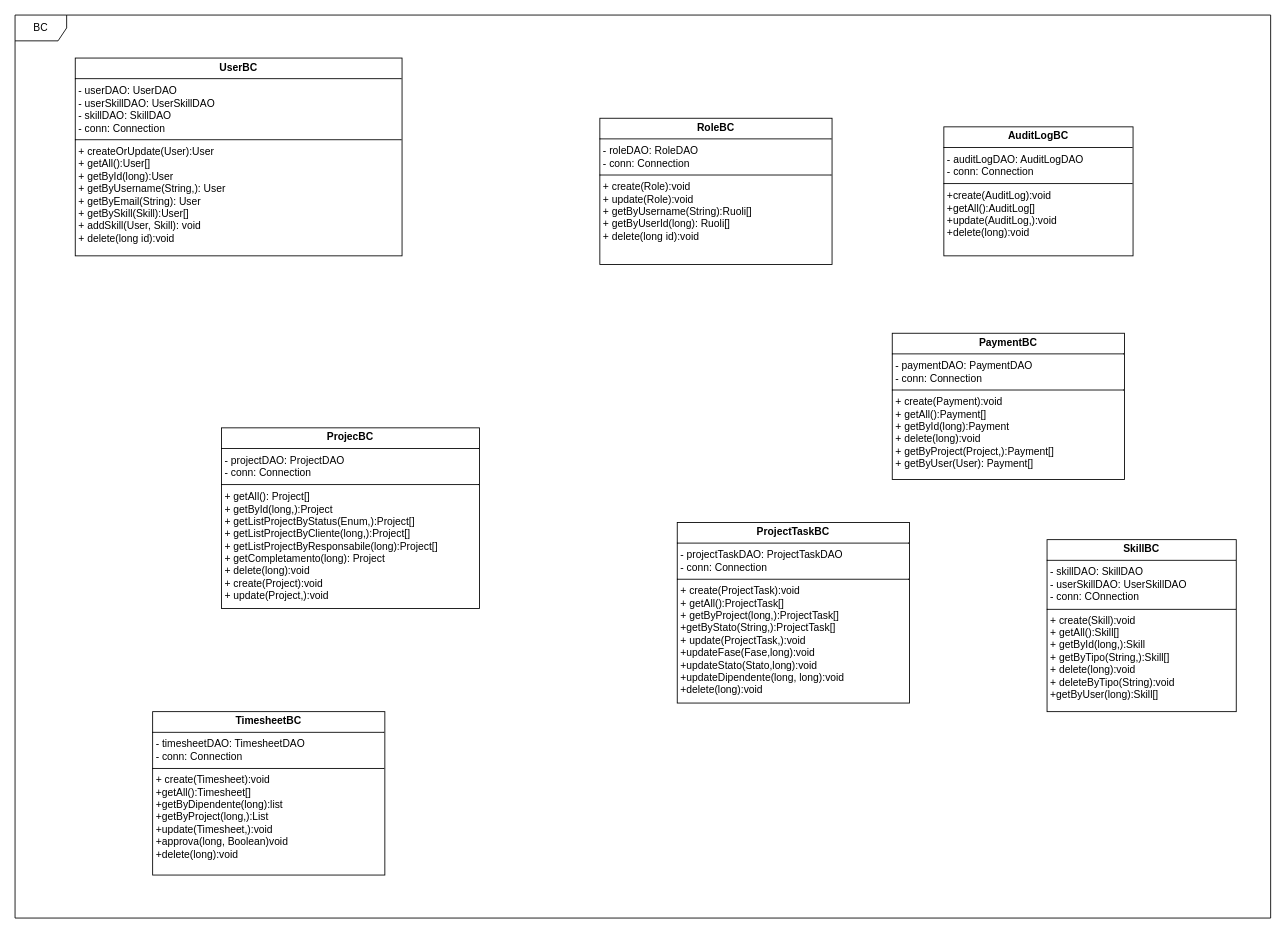
Above: page "BC" (2 of 2) of gestione_progetti_uml.drawio in davide-vigano-tas/gestione_progetti (draw.io), before the change. Source tidied: cells renumbered, new cells numbered last; positions are measured from the earlier drawing's top-left corner, leaving out a move shared by most shapes. Both pictures are drawn from the tidied source at 86%, with x=0, y=0 at pixel (15, 15).
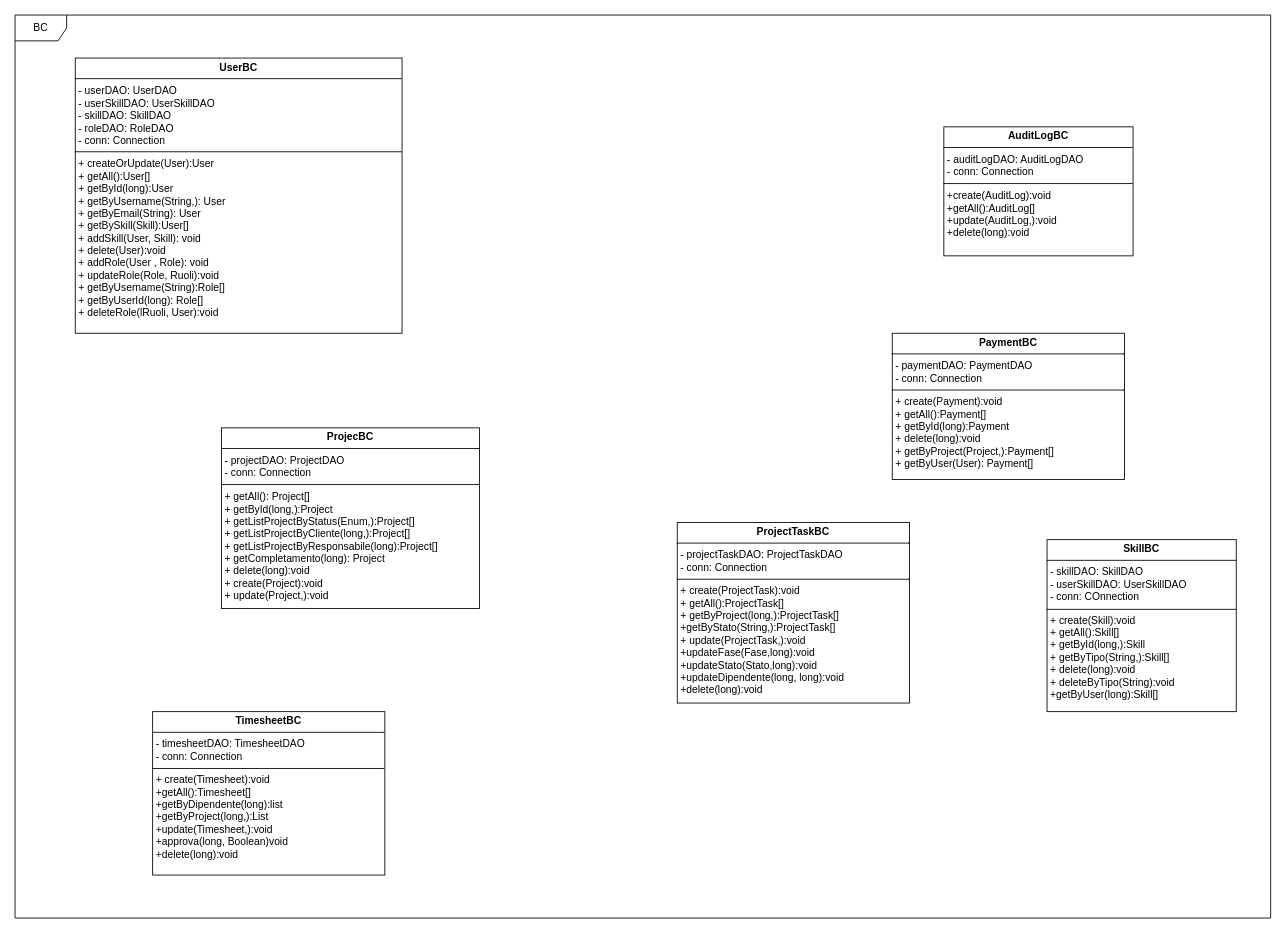
The same diagram, later.

What changed in the source:
```diff
@@
 <mxGraphModel>
   <root>
     <mxCell id="0" />
     <mxCell id="1" parent="0" />
-    <mxCell id="2" value="&lt;p style=&quot;margin:0px;margin-top:4px;text-align:center;&quot;&gt;&lt;b style=&quot;background-color: light-dark(#ffffff, var(--ge-dark-color, #121212));&quot;&gt;&lt;font style=&quot;color: rgb(0, 0, 0);&quot;&gt;UserBC&lt;/font&gt;&lt;/b&gt;&lt;/p&gt;&lt;hr size=&quot;1&quot; style=&quot;border-style:solid;&quot;&gt;&lt;p style=&quot;margin:0px;margin-left:4px;&quot;&gt;- userDAO: UserDAO&lt;/p&gt;&lt;p style=&quot;margin:0px;margin-left:4px;&quot;&gt;- userSkillDAO: UserSkillDAO&lt;/p&gt;&lt;p style=&quot;margin:0px;margin-left:4px;&quot;&gt;- skillDAO: SkillDAO&lt;/p&gt;&lt;p style=&quot;margin:0px;margin-left:4px;&quot;&gt;- conn: Connection&lt;/p&gt;&lt;hr size=&quot;1&quot; style=&quot;border-style:solid;&quot;&gt;&lt;p style=&quot;margin:0px;margin-left:4px;&quot;&gt;+ createOrUpdate(User):User&lt;/p&gt;&lt;p style=&quot;margin:0px;margin-left:4px;&quot;&gt;+ getAll():User[]&lt;/p&gt;&lt;p style=&quot;margin:0px;margin-left:4px;&quot;&gt;+ getById(long):User&lt;/p&gt;&lt;p style=&quot;margin:0px;margin-left:4px;&quot;&gt;+ getByUsername(String,): User&lt;/p&gt;&lt;p style=&quot;margin:0px;margin-left:4px;&quot;&gt;+&amp;nbsp;&lt;span style=&quot;background-color: transparent; color: light-dark(rgb(0, 0, 0), rgb(255, 255, 255));&quot;&gt;getByEmail(String): User&lt;/span&gt;&lt;/p&gt;&lt;p style=&quot;margin:0px;margin-left:4px;&quot;&gt;+ getBySkill(Skill):User[]&lt;/p&gt;&lt;p style=&quot;margin:0px;margin-left:4px;&quot;&gt;+ addSkill(User, Skill): void&lt;/p&gt;&lt;p style=&quot;margin:0px;margin-left:4px;&quot;&gt;+ delete(long id):void&lt;/p&gt;" style="verticalAlign=top;align=left;overflow=fill;html=1;whiteSpace=wrap;" parent="1" vertex="1">
-      <mxGeometry x="70" y="50" width="380" height="230" as="geometry" />
+    <mxCell id="2" value="&lt;p style=&quot;margin:0px;margin-top:4px;text-align:center;&quot;&gt;&lt;b style=&quot;background-color: light-dark(#ffffff, var(--ge-dark-color, #121212));&quot;&gt;&lt;font style=&quot;color: rgb(0, 0, 0);&quot;&gt;UserBC&lt;/font&gt;&lt;/b&gt;&lt;/p&gt;&lt;hr size=&quot;1&quot; style=&quot;border-style:solid;&quot;&gt;&lt;p style=&quot;margin:0px;margin-left:4px;&quot;&gt;- userDAO: UserDAO&lt;/p&gt;&lt;p style=&quot;margin:0px;margin-left:4px;&quot;&gt;- userSkillDAO: UserSkillDAO&lt;/p&gt;&lt;p style=&quot;margin:0px;margin-left:4px;&quot;&gt;- skillDAO: SkillDAO&lt;/p&gt;&lt;p style=&quot;margin:0px;margin-left:4px;&quot;&gt;- roleDAO: RoleDAO&lt;/p&gt;&lt;p style=&quot;margin:0px;margin-left:4px;&quot;&gt;- conn: Connection&lt;/p&gt;&lt;hr size=&quot;1&quot; style=&quot;border-style:solid;&quot;&gt;&lt;p style=&quot;margin:0px;margin-left:4px;&quot;&gt;+ createOrUpdate(User):User&lt;/p&gt;&lt;p style=&quot;margin:0px;margin-left:4px;&quot;&gt;+ getAll():User[]&lt;/p&gt;&lt;p style=&quot;margin:0px;margin-left:4px;&quot;&gt;+ getById(long):User&lt;/p&gt;&lt;p style=&quot;margin:0px;margin-left:4px;&quot;&gt;+ getByUsername(String,): User&lt;/p&gt;&lt;p style=&quot;margin:0px;margin-left:4px;&quot;&gt;+&amp;nbsp;&lt;span style=&quot;background-color: transparent; color: light-dark(rgb(0, 0, 0), rgb(255, 255, 255));&quot;&gt;getByEmail(String): User&lt;/span&gt;&lt;/p&gt;&lt;p style=&quot;margin:0px;margin-left:4px;&quot;&gt;+ getBySkill(Skill):User[]&lt;/p&gt;&lt;p style=&quot;margin:0px;margin-left:4px;&quot;&gt;+ addSkill(User, Skill): void&lt;/p&gt;&lt;p style=&quot;margin:0px;margin-left:4px;&quot;&gt;+ delete(User):void&lt;/p&gt;&lt;p style=&quot;margin:0px;margin-left:4px;&quot;&gt;+ addRole(User , Role): void&lt;/p&gt;&lt;p style=&quot;margin:0px;margin-left:4px;&quot;&gt;+ updateRole(Role, Ruoli):void&lt;/p&gt;&lt;p style=&quot;margin: 0px 0px 0px 4px;&quot;&gt;+ getByUsername(String):Role[]&lt;/p&gt;&lt;p style=&quot;margin: 0px 0px 0px 4px;&quot;&gt;+ getByUserId(long): Role[]&lt;/p&gt;&lt;p style=&quot;margin: 0px 0px 0px 4px;&quot;&gt;+ deleteRole(lRuoli, User):void&lt;/p&gt;" style="verticalAlign=top;align=left;overflow=fill;html=1;whiteSpace=wrap;" parent="1" vertex="1">
+      <mxGeometry x="70" y="50" width="380" height="320" as="geometry" />
     </mxCell>
-    <mxCell id="3" value="&lt;p style=&quot;margin:0px;margin-top:4px;text-align:center;&quot;&gt;&lt;b&gt;RoleBC&lt;/b&gt;&lt;/p&gt;&lt;hr size=&quot;1&quot; style=&quot;border-style:solid;&quot;&gt;&lt;p style=&quot;margin:0px;margin-left:4px;&quot;&gt;- roleDAO: RoleDAO&lt;/p&gt;&lt;p style=&quot;margin:0px;margin-left:4px;&quot;&gt;- conn: Connection&lt;/p&gt;&lt;hr size=&quot;1&quot; style=&quot;border-style:solid;&quot;&gt;&lt;p style=&quot;margin:0px;margin-left:4px;&quot;&gt;+ create(Role):void&lt;/p&gt;&lt;p style=&quot;margin:0px;margin-left:4px;&quot;&gt;+ update(Role):void&lt;/p&gt;&lt;p style=&quot;margin:0px;margin-left:4px;&quot;&gt;+ getByUsername(String):Ruoli[]&lt;/p&gt;&lt;p style=&quot;margin:0px;margin-left:4px;&quot;&gt;+ getByUserId(long): Ruoli[]&lt;/p&gt;&lt;p style=&quot;margin:0px;margin-left:4px;&quot;&gt;+ delete(long id):void&lt;/p&gt;" style="verticalAlign=top;align=left;overflow=fill;html=1;whiteSpace=wrap;" parent="1" vertex="1">
-      <mxGeometry x="680" y="120" width="270" height="170" as="geometry" />
-    </mxCell>
     <mxCell id="4" value="&lt;p style=&quot;margin:0px;margin-top:4px;text-align:center;&quot;&gt;&lt;span style=&quot;background-color: rgb(255, 255, 255);&quot;&gt;&lt;b&gt;AuditLogBC&lt;/b&gt;&lt;/span&gt;&lt;/p&gt;&lt;hr size=&quot;1&quot; style=&quot;border-style:solid;&quot;&gt;&lt;p style=&quot;margin:0px;margin-left:4px;&quot;&gt;- auditLogDAO: AuditLogDAO&lt;/p&gt;&lt;p style=&quot;margin:0px;margin-left:4px;&quot;&gt;- conn: Connection&lt;/p&gt;&lt;hr size=&quot;1&quot; style=&quot;border-style:solid;&quot;&gt;&lt;p style=&quot;margin:0px;margin-left:4px;&quot;&gt;+create(AuditLog):void&lt;/p&gt;&lt;p style=&quot;margin:0px;margin-left:4px;&quot;&gt;+getAll():AuditLog[]&lt;/p&gt;&lt;p style=&quot;margin:0px;margin-left:4px;&quot;&gt;+update(AuditLog,):void&lt;/p&gt;&lt;p style=&quot;margin:0px;margin-left:4px;&quot;&gt;+delete(long):void&lt;/p&gt;" style="verticalAlign=top;align=left;overflow=fill;html=1;whiteSpace=wrap;" parent="1" vertex="1">
       <mxGeometry x="1080" y="130" width="220" height="150" as="geometry" />
     </mxCell>
     <mxCell id="5" value="&lt;p style=&quot;margin:0px;margin-top:4px;text-align:center;&quot;&gt;&lt;b style=&quot;background-color: light-dark(#ffffff, var(--ge-dark-color, #121212));&quot;&gt;&lt;font style=&quot;color: rgb(0, 0, 0);&quot;&gt;ProjecBC&lt;/font&gt;&lt;/b&gt;&lt;/p&gt;&lt;hr size=&quot;1&quot; style=&quot;border-style:solid;&quot;&gt;&lt;p style=&quot;margin:0px;margin-left:4px;&quot;&gt;- projectDAO: ProjectDAO&lt;/p&gt;&lt;p style=&quot;margin:0px;margin-left:4px;&quot;&gt;- conn: Connection&lt;/p&gt;&lt;hr size=&quot;1&quot; style=&quot;border-style:solid;&quot;&gt;&lt;p style=&quot;margin:0px;margin-left:4px;&quot;&gt;+ getAll(): Project[]&lt;/p&gt;&lt;p style=&quot;margin: 0px 0px 0px 4px;&quot;&gt;+ getById(long,):Project&lt;/p&gt;&lt;p style=&quot;margin: 0px 0px 0px 4px;&quot;&gt;+ getListProjectByStatus(Enum,):Project[]&lt;/p&gt;&lt;p style=&quot;margin: 0px 0px 0px 4px;&quot;&gt;+ getListProjectByCliente(long,):Project[]&lt;/p&gt;&lt;p style=&quot;margin: 0px 0px 0px 4px;&quot;&gt;+ getListProjectByResponsabile(long):Project[]&lt;/p&gt;&lt;p style=&quot;margin: 0px 0px 0px 4px;&quot;&gt;+ getCompletamento(long): Project&lt;/p&gt;&lt;p style=&quot;margin: 0px 0px 0px 4px;&quot;&gt;+&amp;nbsp;&lt;span style=&quot;background-color: transparent; color: light-dark(rgb(0, 0, 0), rgb(255, 255, 255));&quot;&gt;delete(long):void&lt;/span&gt;&lt;/p&gt;&lt;p style=&quot;margin: 0px 0px 0px 4px;&quot;&gt;&lt;span style=&quot;background-color: transparent; color: light-dark(rgb(0, 0, 0), rgb(255, 255, 255));&quot;&gt;+&amp;nbsp;&lt;/span&gt;&lt;span style=&quot;background-color: transparent; color: light-dark(rgb(0, 0, 0), rgb(255, 255, 255));&quot;&gt;create(Project):void&lt;/span&gt;&lt;/p&gt;&lt;p style=&quot;margin: 0px 0px 0px 4px;&quot;&gt;&lt;span style=&quot;color: light-dark(rgb(0, 0, 0), rgb(255, 255, 255)); background-color: transparent;&quot;&gt;+&amp;nbsp;&lt;/span&gt;&lt;span style=&quot;color: light-dark(rgb(0, 0, 0), rgb(255, 255, 255)); background-color: transparent;&quot;&gt;update(Project,):void&lt;/span&gt;&lt;span style=&quot;background-color: transparent; color: light-dark(rgb(0, 0, 0), rgb(255, 255, 255));&quot;&gt;&lt;/span&gt;&lt;/p&gt;&lt;div&gt;&lt;br&gt;&lt;/div&gt;" style="verticalAlign=top;align=left;overflow=fill;html=1;whiteSpace=wrap;" parent="1" vertex="1">
       <mxGeometry x="240" y="480" width="300" height="210" as="geometry" />
     </mxCell>
     <mxCell id="6" value="&lt;p style=&quot;margin:0px;margin-top:4px;text-align:center;&quot;&gt;&lt;span style=&quot;background-color: rgb(255, 255, 255);&quot;&gt;&lt;b&gt;ProjectTaskBC&lt;/b&gt;&lt;/span&gt;&lt;/p&gt;&lt;hr size=&quot;1&quot; style=&quot;border-style:solid;&quot;&gt;&lt;p style=&quot;margin:0px;margin-left:4px;&quot;&gt;- projectTaskDAO: ProjectTaskDAO&lt;/p&gt;&lt;p style=&quot;margin:0px;margin-left:4px;&quot;&gt;- conn: Connection&lt;/p&gt;&lt;hr size=&quot;1&quot; style=&quot;border-style:solid;&quot;&gt;&lt;p style=&quot;margin:0px;margin-left:4px;&quot;&gt;+ create(ProjectTask):void&lt;/p&gt;&lt;p style=&quot;margin:0px;margin-left:4px;&quot;&gt;+ getAll():ProjectTask[]&lt;/p&gt;&lt;p style=&quot;margin:0px;margin-left:4px;&quot;&gt;+ getByProject(long,):ProjectTask[]&lt;/p&gt;&lt;p style=&quot;margin:0px;margin-left:4px;&quot;&gt;+getByStato(String,):ProjectTask[]&lt;/p&gt;&lt;p style=&quot;margin:0px;margin-left:4px;&quot;&gt;+ update(ProjectTask,):void&lt;/p&gt;&lt;p style=&quot;margin:0px;margin-left:4px;&quot;&gt;+updateFase(Fase,long):void&lt;/p&gt;&lt;p style=&quot;margin:0px;margin-left:4px;&quot;&gt;+updateStato(Stato,long):void&lt;/p&gt;&lt;p style=&quot;margin:0px;margin-left:4px;&quot;&gt;+updateDipendente(long, long):void&lt;/p&gt;&lt;p style=&quot;margin:0px;margin-left:4px;&quot;&gt;+delete(long):void&lt;/p&gt;" style="verticalAlign=top;align=left;overflow=fill;html=1;whiteSpace=wrap;" parent="1" vertex="1">
       <mxGeometry x="770" y="590" width="270" height="210" as="geometry" />
     </mxCell>
     <mxCell id="7" value="&lt;p style=&quot;margin:0px;margin-top:4px;text-align:center;&quot;&gt;&lt;b style=&quot;background-color: light-dark(#ffffff, var(--ge-dark-color, #121212));&quot;&gt;&lt;font style=&quot;color: rgb(0, 0, 0);&quot;&gt;SkillBC&lt;/font&gt;&lt;/b&gt;&lt;/p&gt;&lt;hr size=&quot;1&quot; style=&quot;border-style:solid;&quot;&gt;&lt;p style=&quot;margin:0px;margin-left:4px;&quot;&gt;- skillDAO: SkillDAO&lt;/p&gt;&lt;p style=&quot;margin:0px;margin-left:4px;&quot;&gt;- userSkillDAO: UserSkillDAO&lt;/p&gt;&lt;p style=&quot;margin:0px;margin-left:4px;&quot;&gt;- conn: COnnection&lt;/p&gt;&lt;hr size=&quot;1&quot; style=&quot;border-style:solid;&quot;&gt;&lt;p style=&quot;margin:0px;margin-left:4px;&quot;&gt;+ create(Skill):void&lt;/p&gt;&lt;p style=&quot;margin:0px;margin-left:4px;&quot;&gt;+ getAll():Skill[]&lt;/p&gt;&lt;p style=&quot;margin:0px;margin-left:4px;&quot;&gt;+ getById(long,):Skill&lt;/p&gt;&lt;p style=&quot;margin:0px;margin-left:4px;&quot;&gt;+ getByTipo(String,):Skill[]&lt;/p&gt;&lt;p style=&quot;margin:0px;margin-left:4px;&quot;&gt;+ delete(long):void&lt;/p&gt;&lt;p style=&quot;margin:0px;margin-left:4px;&quot;&gt;+ deleteByTipo(String):void&lt;/p&gt;&lt;p style=&quot;margin:0px;margin-left:4px;&quot;&gt;+getByUser(long):Skill[]&lt;/p&gt;" style="verticalAlign=top;align=left;overflow=fill;html=1;whiteSpace=wrap;" parent="1" vertex="1">
       <mxGeometry x="1200" y="610" width="220" height="200" as="geometry" />
     </mxCell>
     <mxCell id="8" value="&lt;p style=&quot;margin:0px;margin-top:4px;text-align:center;&quot;&gt;&lt;b style=&quot;background-color: light-dark(#ffffff, var(--ge-dark-color, #121212));&quot;&gt;&lt;font style=&quot;color: rgb(0, 0, 0);&quot;&gt;PaymentBC&lt;/font&gt;&lt;/b&gt;&lt;/p&gt;&lt;hr size=&quot;1&quot; style=&quot;border-style:solid;&quot;&gt;&lt;p style=&quot;margin:0px;margin-left:4px;&quot;&gt;- paymentDAO: PaymentDAO&lt;/p&gt;&lt;p style=&quot;margin:0px;margin-left:4px;&quot;&gt;- conn: Connection&lt;/p&gt;&lt;hr size=&quot;1&quot; style=&quot;border-style:solid;&quot;&gt;&lt;p style=&quot;margin:0px;margin-left:4px;&quot;&gt;+ create(Payment):void&lt;/p&gt;&lt;p style=&quot;margin:0px;margin-left:4px;&quot;&gt;+ getAll():Payment[]&lt;/p&gt;&lt;p style=&quot;margin:0px;margin-left:4px;&quot;&gt;+ getById(long):Payment&lt;/p&gt;&lt;p style=&quot;margin:0px;margin-left:4px;&quot;&gt;+ delete(long):void&lt;/p&gt;&lt;p style=&quot;margin:0px;margin-left:4px;&quot;&gt;+ getByProject(Project,):Payment[]&lt;/p&gt;&lt;p style=&quot;margin:0px;margin-left:4px;&quot;&gt;+ getByUser(User): Payment[]&lt;/p&gt;&lt;p style=&quot;margin:0px;margin-left:4px;&quot;&gt;&lt;br&gt;&lt;/p&gt;" style="verticalAlign=top;align=left;overflow=fill;html=1;whiteSpace=wrap;" parent="1" vertex="1">
       <mxGeometry x="1020" y="370" width="270" height="170" as="geometry" />
     </mxCell>
     <mxCell id="9" value="&lt;p style=&quot;margin:0px;margin-top:4px;text-align:center;&quot;&gt;&lt;span style=&quot;background-color: rgb(255, 255, 255);&quot;&gt;&lt;b&gt;TimesheetBC&lt;/b&gt;&lt;/span&gt;&lt;/p&gt;&lt;hr size=&quot;1&quot; style=&quot;border-style:solid;&quot;&gt;&lt;p style=&quot;margin:0px;margin-left:4px;&quot;&gt;- timesheetDAO: TimesheetDAO&lt;/p&gt;&lt;p style=&quot;margin:0px;margin-left:4px;&quot;&gt;- conn: Connection&lt;/p&gt;&lt;hr size=&quot;1&quot; style=&quot;border-style:solid;&quot;&gt;&lt;p style=&quot;margin:0px;margin-left:4px;&quot;&gt;+ create(Timesheet):void&lt;/p&gt;&lt;p style=&quot;margin:0px;margin-left:4px;&quot;&gt;+getAll():Timesheet[]&lt;/p&gt;&lt;p style=&quot;margin:0px;margin-left:4px;&quot;&gt;+getByDipendente(long):list&lt;/p&gt;&lt;p style=&quot;margin:0px;margin-left:4px;&quot;&gt;+getByProject(long,):List&lt;/p&gt;&lt;p style=&quot;margin:0px;margin-left:4px;&quot;&gt;+update(Timesheet,):void&lt;/p&gt;&lt;p style=&quot;margin:0px;margin-left:4px;&quot;&gt;+approva(long, Boolean)void&lt;/p&gt;&lt;p style=&quot;margin:0px;margin-left:4px;&quot;&gt;+delete(long):void&lt;/p&gt;" style="verticalAlign=top;align=left;overflow=fill;html=1;whiteSpace=wrap;" parent="1" vertex="1">
       <mxGeometry x="160" y="810" width="270" height="190" as="geometry" />
     </mxCell>
     <mxCell id="10" value="BC" style="shape=umlFrame;whiteSpace=wrap;html=1;" parent="1" vertex="1">
       <mxGeometry width="1460" height="1050" as="geometry" />
     </mxCell>
   </root>
 </mxGraphModel>
```
